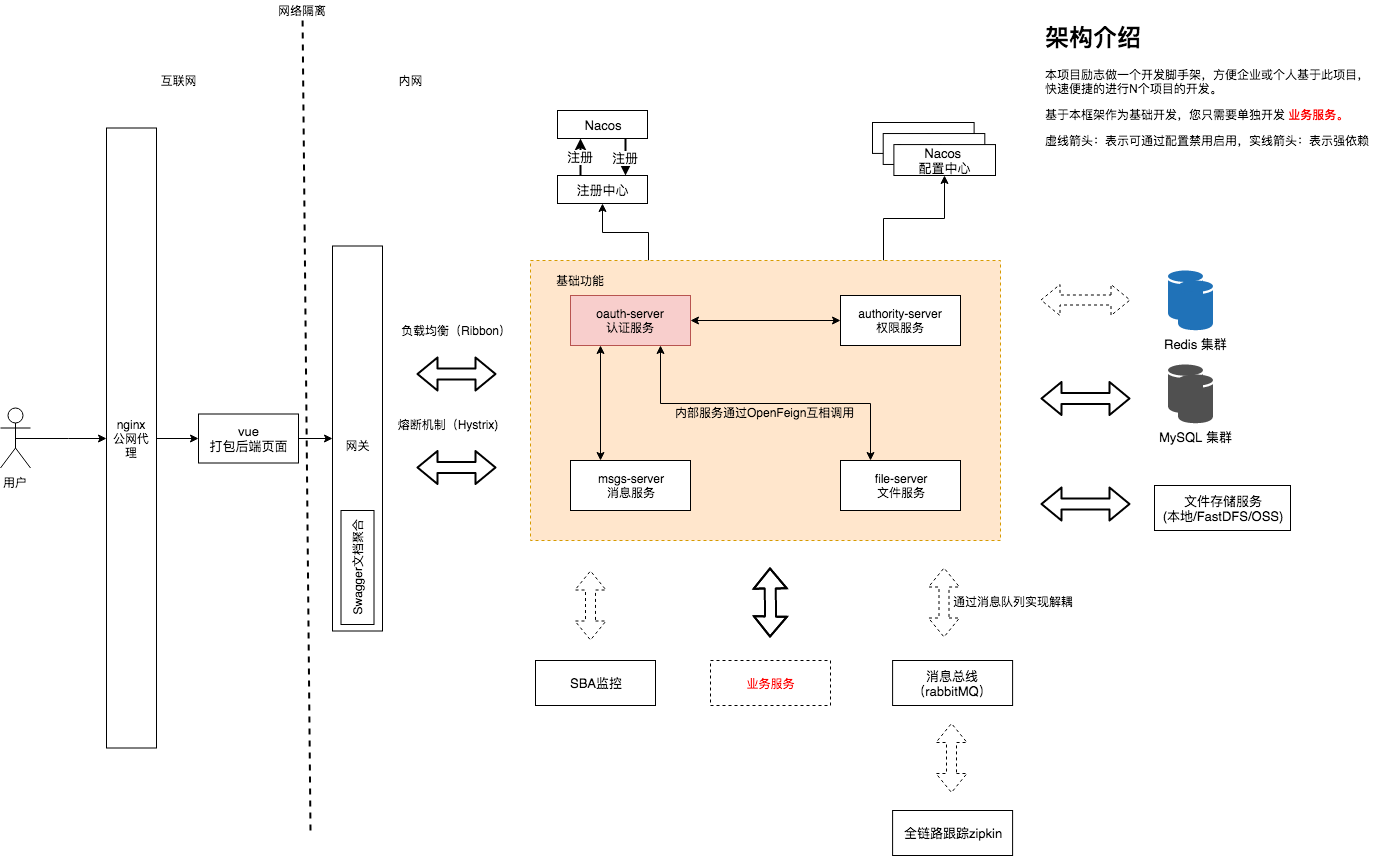
Earlier version of the draw.io export docs/image/项目相关/架构图.png (dromara/lamp-cloud). Source tidied: cells renumbered, new cells last; positions are measured from the earlier drawing's top-left corner, leaving out a move shared by most shapes.
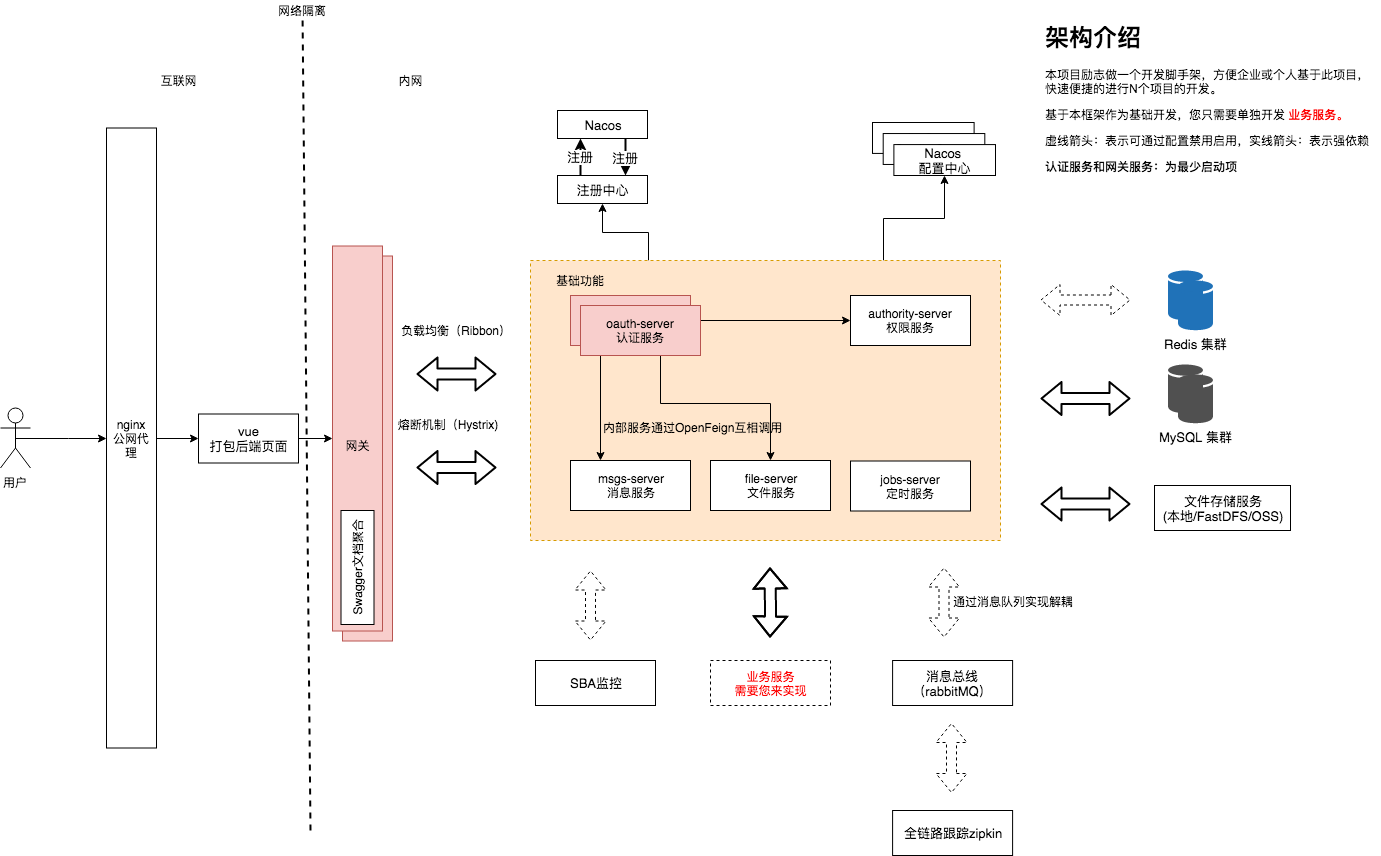
After the commit.

Commit message:
完善架构图

Change to the diagram source:
```diff
@@ -2,6 +2,9 @@
   <root>
     <mxCell id="0" style="html=1;" />
     <mxCell id="1" style="html=1;" parent="0" />
+    <mxCell id="61" value="&lt;br&gt;网关" style="rounded=0;whiteSpace=wrap;html=1;fillColor=#f8cecc;strokeColor=#b85450;" parent="1" vertex="1">
+      <mxGeometry x="342" y="255.5" width="50" height="385" as="geometry" />
+    </mxCell>
     <mxCell id="2" style="edgeStyle=orthogonalEdgeStyle;rounded=0;jettySize=auto;html=1;exitX=0.25;exitY=0;exitDx=0;exitDy=0;entryX=0.5;entryY=1;entryDx=0;entryDy=0;startArrow=none;startFill=0;" parent="1" edge="1" source="4" target="8">
       <mxGeometry relative="1" as="geometry" />
     </mxCell>
@@ -52,7 +55,7 @@
     <mxCell id="15" value="Redis 集群" style="shadow=0;dashed=0;html=1;strokeColor=none;labelPosition=center;verticalLabelPosition=bottom;verticalAlign=top;shape=mxgraph.office.databases.database;fillColor=#2072B8;fontSize=13;" parent="13" vertex="1">
       <mxGeometry x="10" y="10" width="35" height="50" as="geometry" />
     </mxCell>
-    <mxCell id="16" style="group;" parent="1" vertex="1">
+    <mxCell id="16" style="group;fillColor=none;strokeColor=none;" parent="1" vertex="1">
       <mxGeometry x="1167.5" y="364" width="45" height="59" as="geometry" />
     </mxCell>
     <mxCell id="17" style="shadow=0;dashed=0;html=1;strokeColor=none;fillColor=#505050;labelPosition=center;verticalLabelPosition=bottom;verticalAlign=top;shape=mxgraph.office.databases.database;fontSize=13;" parent="16" vertex="1">
@@ -61,7 +64,7 @@
     <mxCell id="18" value="MySQL 集群" style="shadow=0;dashed=0;html=1;strokeColor=none;fillColor=#505050;labelPosition=center;verticalLabelPosition=bottom;verticalAlign=top;shape=mxgraph.office.databases.database;fontSize=13;" parent="16" vertex="1">
       <mxGeometry x="10" y="10" width="35" height="49" as="geometry" />
     </mxCell>
-    <mxCell id="19" value="&lt;br&gt;网关" style="rounded=0;whiteSpace=wrap;html=1;" parent="1" vertex="1">
+    <mxCell id="19" value="&lt;br&gt;网关" style="rounded=0;whiteSpace=wrap;html=1;fillColor=#f8cecc;strokeColor=#b85450;" parent="1" vertex="1">
       <mxGeometry x="332" y="245.5" width="50" height="385" as="geometry" />
     </mxCell>
     <mxCell id="20" style="group;" parent="1" vertex="1">
@@ -94,16 +97,16 @@
     <mxCell id="29" value="msgs-server&lt;br&gt;消息服务" style="rounded=0;whiteSpace=wrap;html=1;" parent="1" vertex="1">
       <mxGeometry x="570" y="460" width="120" height="50" as="geometry" />
     </mxCell>
-    <mxCell id="30" style="edgeStyle=orthogonalEdgeStyle;rounded=0;jettySize=auto;html=1;exitX=0.25;exitY=0;exitDx=0;exitDy=0;entryX=0.75;entryY=1;entryDx=0;entryDy=0;startArrow=classic;startFill=1;" parent="1" edge="1" source="31" target="27">
+    <mxCell id="30" style="edgeStyle=orthogonalEdgeStyle;rounded=0;jettySize=auto;html=1;exitX=0.5;exitY=0;exitDx=0;exitDy=0;entryX=0.75;entryY=1;entryDx=0;entryDy=0;startArrow=classic;startFill=1;" parent="1" edge="1" source="31" target="27">
       <mxGeometry relative="1" as="geometry" />
     </mxCell>
     <mxCell id="31" value="file-server&lt;br&gt;文件服务" style="rounded=0;whiteSpace=wrap;html=1;" parent="1" vertex="1">
-      <mxGeometry x="840" y="460" width="120" height="50" as="geometry" />
+      <mxGeometry x="710" y="460" width="120" height="50" as="geometry" />
     </mxCell>
     <mxCell id="32" value="内部服务通过OpenFeign互相调用" style="text;html=1;align=left;verticalAlign=top;spacingTop=-4;" parent="1" vertex="1">
-      <mxGeometry x="672.5" y="403" width="190" height="20" as="geometry" />
+      <mxGeometry x="601" y="417.5" width="190" height="20" as="geometry" />
     </mxCell>
-    <mxCell id="33" value="&lt;font color=&quot;#ff0000&quot;&gt;业务服务&lt;/font&gt;" style="rounded=0;whiteSpace=wrap;html=1;dashed=1;" parent="1" vertex="1">
+    <mxCell id="33" value="&lt;font color=&quot;#ff0000&quot;&gt;业务服务&lt;br&gt;需要您来实现&lt;br&gt;&lt;/font&gt;" style="rounded=0;whiteSpace=wrap;html=1;dashed=1;" parent="1" vertex="1">
       <mxGeometry x="710" y="660" width="120" height="45" as="geometry" />
     </mxCell>
     <mxCell id="34" value="基础功能" style="text;html=1;align=center;verticalAlign=middle;fillColor=none;strokeColor=none;rounded=0;" parent="1" vertex="1">
@@ -164,7 +167,7 @@
       <mxGeometry relative="1" as="geometry" />
     </mxCell>
     <mxCell id="49" value="authority-server&lt;br&gt;权限服务" style="rounded=0;whiteSpace=wrap;html=1;" parent="1" vertex="1">
-      <mxGeometry x="840" y="295" width="120" height="50" as="geometry" />
+      <mxGeometry x="850" y="295" width="120" height="50" as="geometry" />
     </mxCell>
     <mxCell id="50" style="shape=flexArrow;endArrow=classic;startArrow=classic;html=1;fillColor=#ffffff;strokeWidth=2;fontSize=14;" parent="1" edge="1">
       <mxGeometry relative="1" as="geometry">
@@ -195,8 +198,8 @@
     <mxCell id="56" value="内网" style="text;html=1;strokeColor=none;fillColor=none;align=center;verticalAlign=middle;whiteSpace=wrap;rounded=0;" parent="1" vertex="1">
       <mxGeometry x="390" y="70" width="40" height="20" as="geometry" />
     </mxCell>
-    <mxCell id="57" value="&lt;h1&gt;架构介绍&lt;/h1&gt;&lt;p&gt;本项目励志做一个开发脚手架，方便企业或个人基于此项目，快速便捷的进行N个项目的开发。&lt;/p&gt;&lt;p&gt;基于本框架作为基础开发，您只需要单独开发&amp;nbsp;&lt;b&gt;&lt;font color=&quot;#ff0000&quot;&gt;业务服务。&lt;/font&gt;&lt;/b&gt;&lt;/p&gt;&lt;p&gt;虚线箭头：表示可通过配置禁用启用，实线箭头：表示强依赖&lt;/p&gt;&lt;p&gt;&lt;b&gt;&lt;font color=&quot;#ff0000&quot;&gt;&lt;br&gt;&lt;/font&gt;&lt;/b&gt;&lt;/p&gt;" style="text;html=1;strokeColor=none;fillColor=none;spacing=5;spacingTop=-20;whiteSpace=wrap;overflow=hidden;rounded=0;" parent="1" vertex="1">
-      <mxGeometry x="1040" y="18" width="340" height="153" as="geometry" />
+    <mxCell id="57" value="&lt;h1&gt;架构介绍&lt;/h1&gt;&lt;p&gt;本项目励志做一个开发脚手架，方便企业或个人基于此项目，快速便捷的进行N个项目的开发。&lt;/p&gt;&lt;p&gt;基于本框架作为基础开发，您只需要单独开发&amp;nbsp;&lt;b&gt;&lt;font color=&quot;#ff0000&quot;&gt;业务服务。&lt;/font&gt;&lt;/b&gt;&lt;/p&gt;&lt;p&gt;虚线箭头：表示可通过配置禁用启用，实线箭头：表示强依赖&lt;/p&gt;&lt;p&gt;&lt;b&gt;&lt;span style=&quot;background-color: rgb(255 , 255 , 255)&quot;&gt;认证服务和网关服务：为&lt;/span&gt;最少启动项&lt;/b&gt;&lt;/p&gt;&lt;p&gt;&lt;b&gt;&lt;font color=&quot;#ff0000&quot;&gt;&lt;br&gt;&lt;/font&gt;&lt;/b&gt;&lt;/p&gt;" style="text;html=1;strokeColor=none;fillColor=none;spacing=5;spacingTop=-20;whiteSpace=wrap;overflow=hidden;rounded=0;" parent="1" vertex="1">
+      <mxGeometry x="1040" y="18" width="340" height="182" as="geometry" />
     </mxCell>
     <mxCell id="58" style="shape=flexArrow;endArrow=classic;startArrow=classic;html=1;fillColor=#ffffff;strokeWidth=2;fontSize=14;" parent="1" edge="1">
       <mxGeometry relative="1" as="geometry">
@@ -213,5 +216,11 @@
     <mxCell id="60" value="&lt;span style=&quot;white-space: nowrap&quot;&gt;熔断机制（Hystrix)&lt;/span&gt;" style="text;html=1;strokeColor=none;fillColor=none;align=center;verticalAlign=middle;whiteSpace=wrap;rounded=0;" parent="1" vertex="1">
       <mxGeometry x="427" y="413.5" width="40" height="20" as="geometry" />
     </mxCell>
+    <mxCell id="62" value="jobs-server&lt;br&gt;定时服务" style="rounded=0;whiteSpace=wrap;html=1;" parent="1" vertex="1">
+      <mxGeometry x="850" y="460.5" width="120" height="50" as="geometry" />
+    </mxCell>
+    <mxCell id="63" value="oauth-server&lt;br&gt;认证服务" style="rounded=0;whiteSpace=wrap;html=1;fillColor=#f8cecc;strokeColor=#b85450;" parent="1" vertex="1">
+      <mxGeometry x="580" y="305" width="120" height="50" as="geometry" />
+    </mxCell>
   </root>
 </mxGraphModel>
```
